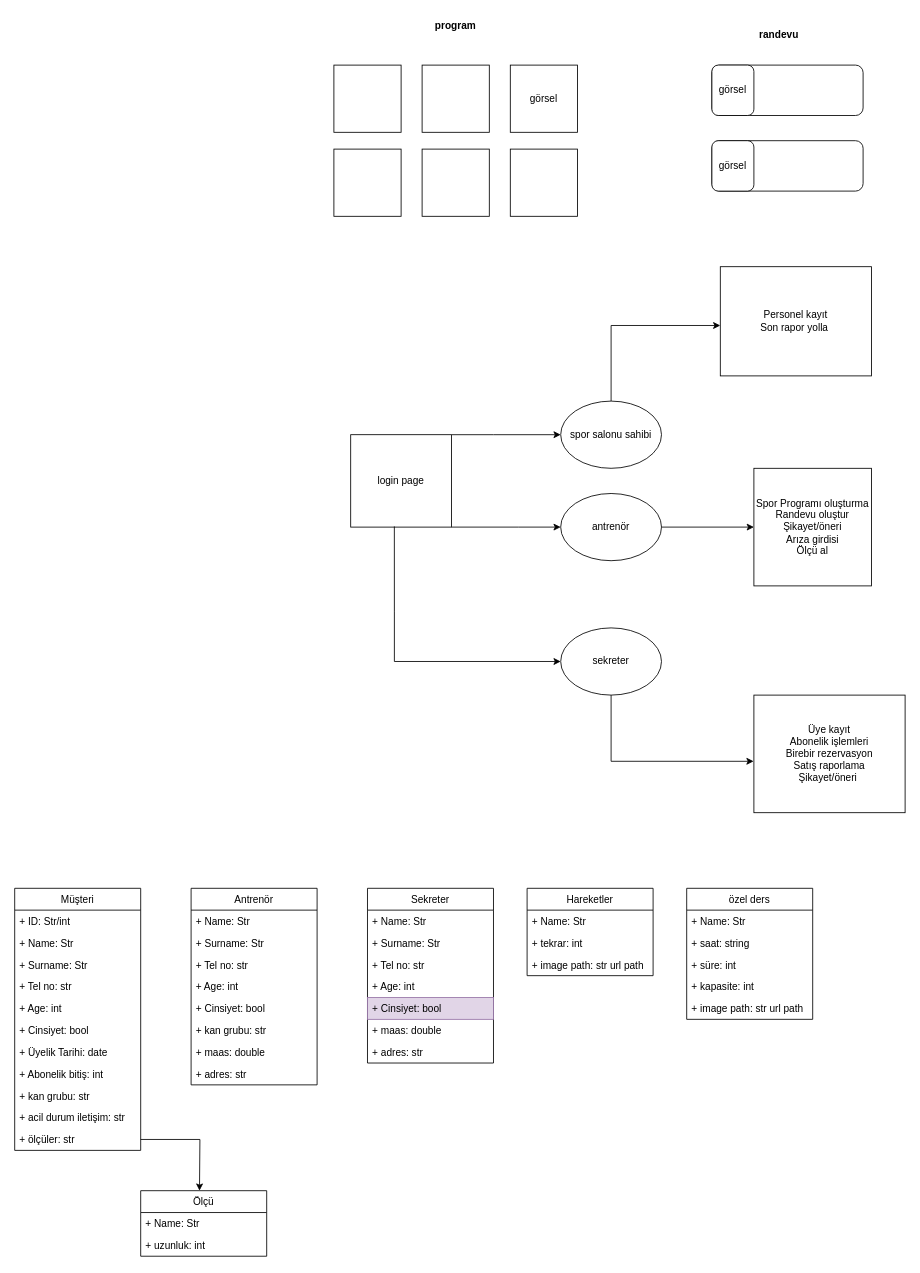
Earlier version of the draw.io diagram moDiagram.drawio (Mudaferkaymak/FitnessCenterAutomation). Source tidied: cells renumbered, new cells numbered last; positions are measured from the earlier drawing's top-left corner, leaving out a move shared by most shapes. Both pictures are drawn from the tidied source at 84%, with x=0, y=0 at pixel (14, 14).
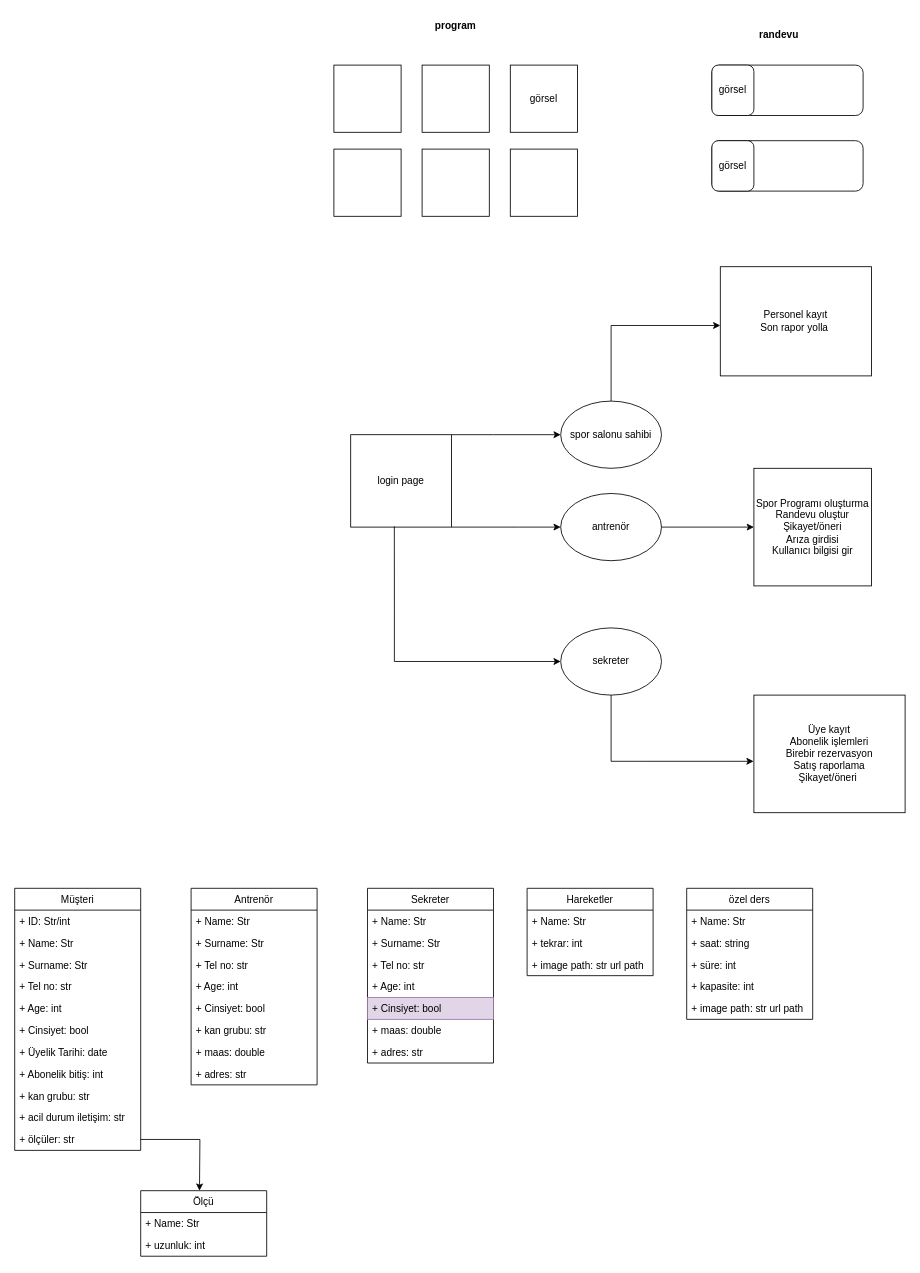
Above is the later version.

Change to the diagram source:
```diff
@@
-    <mxCell id="14" value="Spor Programı oluşturma&lt;br&gt;Randevu oluştur&lt;br&gt;Şikayet/öneri&lt;br&gt;Arıza girdisi&lt;br&gt;Ölçü al" style="whiteSpace=wrap;html=1;" parent="1" vertex="1">
+    <mxCell id="14" value="Spor Programı oluşturma&lt;br&gt;Randevu oluştur&lt;br&gt;Şikayet/öneri&lt;br&gt;Arıza girdisi&lt;br&gt;Kullanıcı bilgisi gir" style="whiteSpace=wrap;html=1;" parent="1" vertex="1">
       <mxGeometry x="880" y="540" width="140" height="140" as="geometry" />
     </mxCell>
```
